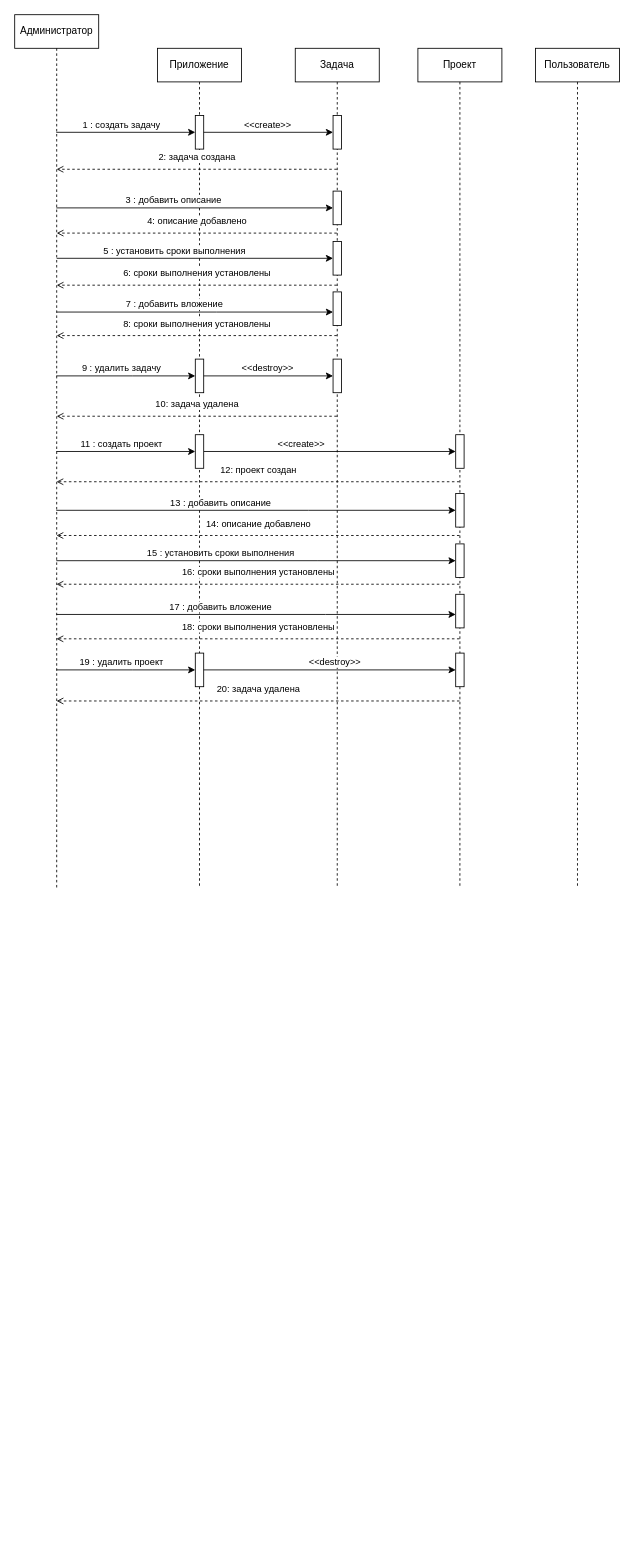
hard-gainer/UML keeps this draw.io diagram as диаграммаПоследовательностиКурс.drawio. Above is the earlier version. Source tidied: cells renumbered, new cells numbered last; positions are measured from the earlier drawing's top-left corner, leaving out a move shared by most shapes. Both pictures are drawn from the tidied source at 84%, with x=0, y=0 at pixel (14, 14).
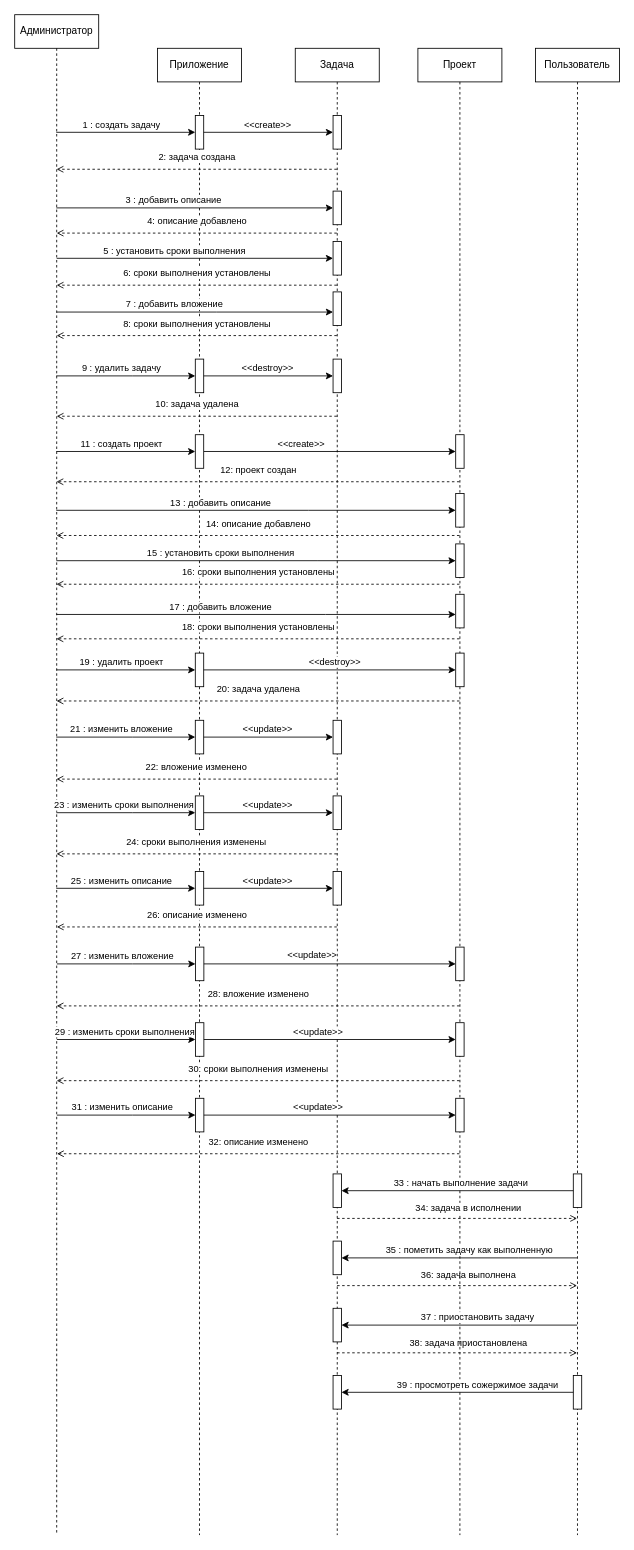
After the change.

What changed in the source:
```diff
@@
     <mxCell id="2" value="Администратор" style="shape=umlLifeline;perimeter=lifelinePerimeter;whiteSpace=wrap;html=1;outlineConnect=0;portConstraint=eastwest;newEdgeStyle={&quot;edgeStyle&quot;:&quot;elbowEdgeStyle&quot;,&quot;elbow&quot;:&quot;vertical&quot;,&quot;curved&quot;:0,&quot;rounded&quot;:0};" parent="1" vertex="1">
-      <mxGeometry width="100" height="1040" as="geometry" />
+      <mxGeometry width="100" height="1810" as="geometry" />
     </mxCell>
     <mxCell id="3" value="Пользователь" style="shape=umlLifeline;perimeter=lifelinePerimeter;whiteSpace=wrap;html=1;outlineConnect=0;portConstraint=eastwest;newEdgeStyle={&quot;edgeStyle&quot;:&quot;elbowEdgeStyle&quot;,&quot;elbow&quot;:&quot;vertical&quot;,&quot;curved&quot;:0,&quot;rounded&quot;:0};" parent="1" vertex="1">
-      <mxGeometry x="620" y="40" width="100" height="1000" as="geometry" />
+      <mxGeometry x="620" y="40" width="100" height="1770" as="geometry" />
     </mxCell>
+    <mxCell id="59" style="html=1;points=[[0,0,0,0,5],[0,1,0,0,-5],[1,0,0,0,5],[1,1,0,0,-5]];perimeter=orthogonalPerimeter;outlineConnect=0;targetShapes=umlLifeline;portConstraint=eastwest;newEdgeStyle={&quot;curved&quot;:0,&quot;rounded&quot;:0};" parent="3" vertex="1">
+      <mxGeometry x="45" y="1340" width="10" height="40" as="geometry" />
+    </mxCell>
+    <mxCell id="60" style="html=1;points=[[0,0,0,0,5],[0,1,0,0,-5],[1,0,0,0,5],[1,1,0,0,-5]];perimeter=orthogonalPerimeter;outlineConnect=0;targetShapes=umlLifeline;portConstraint=eastwest;newEdgeStyle={&quot;curved&quot;:0,&quot;rounded&quot;:0};" parent="3" vertex="1">
+      <mxGeometry x="45" y="1580" width="10" height="40" as="geometry" />
+    </mxCell>
     <mxCell id="4" value="Приложение" style="shape=umlLifeline;perimeter=lifelinePerimeter;whiteSpace=wrap;html=1;newEdgeStyle={&quot;edgeStyle&quot;:&quot;elbowEdgeStyle&quot;,&quot;elbow&quot;:&quot;vertical&quot;,&quot;curved&quot;:0,&quot;rounded&quot;:0};" parent="1" vertex="1">
-      <mxGeometry x="170" y="40" width="100" height="1000" as="geometry" />
+      <mxGeometry x="170" y="40" width="100" height="1770" as="geometry" />
     </mxCell>
@@
+    <mxCell id="61" style="html=1;points=[[0,0,0,0,5],[0,1,0,0,-5],[1,0,0,0,5],[1,1,0,0,-5]];perimeter=orthogonalPerimeter;outlineConnect=0;targetShapes=umlLifeline;portConstraint=eastwest;newEdgeStyle={&quot;curved&quot;:0,&quot;rounded&quot;:0};" parent="4" vertex="1">
+      <mxGeometry x="45" y="800" width="10" height="40" as="geometry" />
+    </mxCell>
+    <mxCell id="62" style="html=1;points=[[0,0,0,0,5],[0,1,0,0,-5],[1,0,0,0,5],[1,1,0,0,-5]];perimeter=orthogonalPerimeter;outlineConnect=0;targetShapes=umlLifeline;portConstraint=eastwest;newEdgeStyle={&quot;curved&quot;:0,&quot;rounded&quot;:0};" parent="4" vertex="1">
+      <mxGeometry x="45" y="890" width="10" height="40" as="geometry" />
+    </mxCell>
+    <mxCell id="63" style="html=1;points=[[0,0,0,0,5],[0,1,0,0,-5],[1,0,0,0,5],[1,1,0,0,-5]];perimeter=orthogonalPerimeter;outlineConnect=0;targetShapes=umlLifeline;portConstraint=eastwest;newEdgeStyle={&quot;curved&quot;:0,&quot;rounded&quot;:0};" parent="4" vertex="1">
+      <mxGeometry x="45" y="980" width="10" height="40" as="geometry" />
+    </mxCell>
+    <mxCell id="64" style="html=1;points=[[0,0,0,0,5],[0,1,0,0,-5],[1,0,0,0,5],[1,1,0,0,-5]];perimeter=orthogonalPerimeter;outlineConnect=0;targetShapes=umlLifeline;portConstraint=eastwest;newEdgeStyle={&quot;curved&quot;:0,&quot;rounded&quot;:0};" parent="4" vertex="1">
+      <mxGeometry x="45.2" y="1070" width="10" height="40" as="geometry" />
+    </mxCell>
+    <mxCell id="65" style="html=1;points=[[0,0,0,0,5],[0,1,0,0,-5],[1,0,0,0,5],[1,1,0,0,-5]];perimeter=orthogonalPerimeter;outlineConnect=0;targetShapes=umlLifeline;portConstraint=eastwest;newEdgeStyle={&quot;curved&quot;:0,&quot;rounded&quot;:0};" parent="4" vertex="1">
+      <mxGeometry x="45.2" y="1160" width="10" height="40" as="geometry" />
+    </mxCell>
+    <mxCell id="66" style="html=1;points=[[0,0,0,0,5],[0,1,0,0,-5],[1,0,0,0,5],[1,1,0,0,-5]];perimeter=orthogonalPerimeter;outlineConnect=0;targetShapes=umlLifeline;portConstraint=eastwest;newEdgeStyle={&quot;curved&quot;:0,&quot;rounded&quot;:0};" parent="4" vertex="1">
+      <mxGeometry x="45.2" y="1250" width="10" height="40" as="geometry" />
+    </mxCell>
+    <mxCell id="67" style="edgeStyle=elbowEdgeStyle;rounded=0;jettySize=auto;html=1;elbow=vertical;curved=0;" parent="4" edge="1" target="64">
+      <mxGeometry relative="1" as="geometry">
+        <mxPoint x="-119.8" y="1090" as="sourcePoint" />
+        <Array as="points">
+          <mxPoint x="-29.8" y="1090" />
+        </Array>
+      </mxGeometry>
+    </mxCell>
+    <mxCell id="68" value="27 : изменить вложение" style="edgeLabel;html=1;align=center;verticalAlign=middle;" parent="67" vertex="1">
+      <mxGeometry x="-0.24" y="1" relative="1" as="geometry">
+        <mxPoint x="14" y="-9" as="offset" />
+      </mxGeometry>
+    </mxCell>
+    <mxCell id="69" value="28: вложение изменено" style="html=1;verticalAlign=bottom;labelBackgroundColor=default;endArrow=open;endFill=0;dashed=1;rounded=0;" parent="4" edge="1" source="33">
+      <mxGeometry y="-5" relative="1" as="geometry">
+        <mxPoint x="-120" y="1140" as="targetPoint" />
+      </mxGeometry>
+    </mxCell>
+    <mxCell id="70" style="edgeStyle=elbowEdgeStyle;rounded=0;jettySize=auto;html=1;elbow=vertical;curved=0;" parent="4" edge="1" target="65">
+      <mxGeometry relative="1" as="geometry">
+        <mxPoint x="-119.8" y="1180" as="sourcePoint" />
+        <Array as="points">
+          <mxPoint x="-29.8" y="1180" />
+        </Array>
+      </mxGeometry>
+    </mxCell>
+    <mxCell id="71" value="29 : изменить сроки выполнения" style="edgeLabel;html=1;align=center;verticalAlign=middle;" parent="70" vertex="1">
+      <mxGeometry x="-0.24" y="1" relative="1" as="geometry">
+        <mxPoint x="17" y="-9" as="offset" />
+      </mxGeometry>
+    </mxCell>
+    <mxCell id="72" value="30: сроки выполнения изменены" style="html=1;verticalAlign=bottom;labelBackgroundColor=default;endArrow=open;endFill=0;dashed=1;rounded=0;" parent="4" edge="1" source="33">
+      <mxGeometry y="-5" relative="1" as="geometry">
+        <mxPoint x="-120" y="1229" as="targetPoint" />
+      </mxGeometry>
+    </mxCell>
+    <mxCell id="73" style="edgeStyle=elbowEdgeStyle;rounded=0;jettySize=auto;html=1;elbow=vertical;curved=0;" parent="4" edge="1" target="66">
+      <mxGeometry relative="1" as="geometry">
+        <mxPoint x="-119.8" y="1270" as="sourcePoint" />
+        <Array as="points">
+          <mxPoint x="-29.8" y="1270" />
+        </Array>
+      </mxGeometry>
+    </mxCell>
+    <mxCell id="74" value="31 : изменить описание" style="edgeLabel;html=1;align=center;verticalAlign=middle;" parent="73" vertex="1">
+      <mxGeometry x="-0.24" y="1" relative="1" as="geometry">
+        <mxPoint x="14" y="-9" as="offset" />
+      </mxGeometry>
+    </mxCell>
+    <mxCell id="75" value="32: описание изменено" style="html=1;verticalAlign=bottom;labelBackgroundColor=default;endArrow=open;endFill=0;dashed=1;rounded=0;" parent="4" edge="1" source="33">
+      <mxGeometry y="-5" relative="1" as="geometry">
+        <mxPoint x="-119.6" y="1316" as="targetPoint" />
+      </mxGeometry>
+    </mxCell>
@@
     <mxCell id="10" value="Задача" style="shape=umlLifeline;perimeter=lifelinePerimeter;whiteSpace=wrap;html=1;newEdgeStyle={&quot;edgeStyle&quot;:&quot;elbowEdgeStyle&quot;,&quot;elbow&quot;:&quot;vertical&quot;,&quot;curved&quot;:0,&quot;rounded&quot;:0};" parent="1" vertex="1">
-      <mxGeometry x="334" y="40" width="100" height="1000" as="geometry" />
+      <mxGeometry x="334" y="40" width="100" height="1770" as="geometry" />
     </mxCell>
@@
+    <mxCell id="76" style="html=1;points=[[0,0,0,0,5],[0,1,0,0,-5],[1,0,0,0,5],[1,1,0,0,-5]];perimeter=orthogonalPerimeter;outlineConnect=0;targetShapes=umlLifeline;portConstraint=eastwest;newEdgeStyle={&quot;curved&quot;:0,&quot;rounded&quot;:0};" parent="10" vertex="1">
+      <mxGeometry x="45" y="800" width="10" height="40" as="geometry" />
+    </mxCell>
+    <mxCell id="77" style="html=1;points=[[0,0,0,0,5],[0,1,0,0,-5],[1,0,0,0,5],[1,1,0,0,-5]];perimeter=orthogonalPerimeter;outlineConnect=0;targetShapes=umlLifeline;portConstraint=eastwest;newEdgeStyle={&quot;curved&quot;:0,&quot;rounded&quot;:0};" parent="10" vertex="1">
+      <mxGeometry x="45" y="890" width="10" height="40" as="geometry" />
+    </mxCell>
+    <mxCell id="78" style="html=1;points=[[0,0,0,0,5],[0,1,0,0,-5],[1,0,0,0,5],[1,1,0,0,-5]];perimeter=orthogonalPerimeter;outlineConnect=0;targetShapes=umlLifeline;portConstraint=eastwest;newEdgeStyle={&quot;curved&quot;:0,&quot;rounded&quot;:0};" parent="10" vertex="1">
+      <mxGeometry x="45" y="980" width="10" height="40" as="geometry" />
+    </mxCell>
+    <mxCell id="79" style="html=1;points=[[0,0,0,0,5],[0,1,0,0,-5],[1,0,0,0,5],[1,1,0,0,-5]];perimeter=orthogonalPerimeter;outlineConnect=0;targetShapes=umlLifeline;portConstraint=eastwest;newEdgeStyle={&quot;curved&quot;:0,&quot;rounded&quot;:0};" parent="10" vertex="1">
+      <mxGeometry x="45" y="1340" width="10" height="40" as="geometry" />
+    </mxCell>
+    <mxCell id="80" style="html=1;points=[[0,0,0,0,5],[0,1,0,0,-5],[1,0,0,0,5],[1,1,0,0,-5]];perimeter=orthogonalPerimeter;outlineConnect=0;targetShapes=umlLifeline;portConstraint=eastwest;newEdgeStyle={&quot;curved&quot;:0,&quot;rounded&quot;:0};" parent="10" vertex="1">
+      <mxGeometry x="45" y="1420" width="10" height="40" as="geometry" />
+    </mxCell>
+    <mxCell id="81" value="36: задача выполнена" style="html=1;verticalAlign=bottom;labelBackgroundColor=default;endArrow=open;endFill=0;dashed=1;rounded=0;" parent="10" edge="1">
+      <mxGeometry x="0.09" y="3" relative="1" as="geometry">
+        <mxPoint x="49.8" y="1473" as="sourcePoint" />
+        <mxPoint x="335.5" y="1473" as="targetPoint" />
+      </mxGeometry>
+    </mxCell>
+    <mxCell id="82" style="html=1;points=[[0,0,0,0,5],[0,1,0,0,-5],[1,0,0,0,5],[1,1,0,0,-5]];perimeter=orthogonalPerimeter;outlineConnect=0;targetShapes=umlLifeline;portConstraint=eastwest;newEdgeStyle={&quot;curved&quot;:0,&quot;rounded&quot;:0};" parent="10" vertex="1">
+      <mxGeometry x="45" y="1500" width="10" height="40" as="geometry" />
+    </mxCell>
+    <mxCell id="83" value="38: задача приостановлена" style="html=1;verticalAlign=bottom;labelBackgroundColor=default;endArrow=open;endFill=0;dashed=1;rounded=0;" parent="10" edge="1">
+      <mxGeometry x="0.09" y="3" relative="1" as="geometry">
+        <mxPoint x="49.8" y="1553" as="sourcePoint" />
+        <mxPoint x="335.5" y="1553" as="targetPoint" />
+      </mxGeometry>
+    </mxCell>
+    <mxCell id="84" style="html=1;points=[[0,0,0,0,5],[0,1,0,0,-5],[1,0,0,0,5],[1,1,0,0,-5]];perimeter=orthogonalPerimeter;outlineConnect=0;targetShapes=umlLifeline;portConstraint=eastwest;newEdgeStyle={&quot;curved&quot;:0,&quot;rounded&quot;:0};" parent="10" vertex="1">
+      <mxGeometry x="45" y="1580" width="10" height="40" as="geometry" />
+    </mxCell>
@@
     <mxCell id="33" value="Проект" style="shape=umlLifeline;perimeter=lifelinePerimeter;whiteSpace=wrap;html=1;outlineConnect=0;portConstraint=eastwest;newEdgeStyle={&quot;edgeStyle&quot;:&quot;elbowEdgeStyle&quot;,&quot;elbow&quot;:&quot;vertical&quot;,&quot;curved&quot;:0,&quot;rounded&quot;:0};" parent="1" vertex="1">
-      <mxGeometry x="480" y="40" width="100" height="1000" as="geometry" />
+      <mxGeometry x="480" y="40" width="100" height="1770" as="geometry" />
     </mxCell>
@@
+    <mxCell id="85" style="html=1;points=[[0,0,0,0,5],[0,1,0,0,-5],[1,0,0,0,5],[1,1,0,0,-5]];perimeter=orthogonalPerimeter;outlineConnect=0;targetShapes=umlLifeline;portConstraint=eastwest;newEdgeStyle={&quot;curved&quot;:0,&quot;rounded&quot;:0};" parent="33" vertex="1">
+      <mxGeometry x="45" y="1070" width="10" height="40" as="geometry" />
+    </mxCell>
+    <mxCell id="86" style="html=1;points=[[0,0,0,0,5],[0,1,0,0,-5],[1,0,0,0,5],[1,1,0,0,-5]];perimeter=orthogonalPerimeter;outlineConnect=0;targetShapes=umlLifeline;portConstraint=eastwest;newEdgeStyle={&quot;curved&quot;:0,&quot;rounded&quot;:0};" parent="33" vertex="1">
+      <mxGeometry x="45" y="1160" width="10" height="40" as="geometry" />
+    </mxCell>
+    <mxCell id="87" style="html=1;points=[[0,0,0,0,5],[0,1,0,0,-5],[1,0,0,0,5],[1,1,0,0,-5]];perimeter=orthogonalPerimeter;outlineConnect=0;targetShapes=umlLifeline;portConstraint=eastwest;newEdgeStyle={&quot;curved&quot;:0,&quot;rounded&quot;:0};" parent="33" vertex="1">
+      <mxGeometry x="45" y="1250" width="10" height="40" as="geometry" />
+    </mxCell>
@@
+    <mxCell id="88" style="edgeStyle=elbowEdgeStyle;rounded=0;jettySize=auto;html=1;elbow=vertical;curved=0;" parent="1" edge="1" source="2" target="61">
+      <mxGeometry relative="1" as="geometry">
+        <Array as="points">
+          <mxPoint x="140" y="860" />
+        </Array>
+      </mxGeometry>
+    </mxCell>
+    <mxCell id="89" value="21 : изменить вложение" style="edgeLabel;html=1;align=center;verticalAlign=middle;" parent="88" vertex="1">
+      <mxGeometry x="-0.24" y="1" relative="1" as="geometry">
+        <mxPoint x="14" y="-9" as="offset" />
+      </mxGeometry>
+    </mxCell>
+    <mxCell id="90" style="edgeStyle=orthogonalEdgeStyle;rounded=0;jettySize=auto;html=1;curved=0;" parent="1" edge="1" source="61" target="76">
+      <mxGeometry relative="1" as="geometry" />
+    </mxCell>
+    <mxCell id="91" value="&amp;lt;&amp;lt;update&amp;gt;&amp;gt;" style="edgeLabel;html=1;align=center;verticalAlign=middle;" parent="1" vertex="1">
+      <mxGeometry x="300" y="850" as="geometry" />
+    </mxCell>
+    <mxCell id="92" value="22: вложение изменено" style="html=1;verticalAlign=bottom;labelBackgroundColor=default;endArrow=open;endFill=0;dashed=1;rounded=0;" parent="1" edge="1">
+      <mxGeometry y="-5" relative="1" as="geometry">
+        <mxPoint x="383.5" y="910" as="sourcePoint" />
+        <mxPoint x="49.8" y="910" as="targetPoint" />
+      </mxGeometry>
+    </mxCell>
+    <mxCell id="93" style="edgeStyle=elbowEdgeStyle;rounded=0;jettySize=auto;html=1;elbow=vertical;curved=0;" parent="1" edge="1" source="2" target="62">
+      <mxGeometry relative="1" as="geometry">
+        <Array as="points">
+          <mxPoint x="140" y="950" />
+        </Array>
+      </mxGeometry>
+    </mxCell>
+    <mxCell id="94" value="23 : изменить сроки выполнения" style="edgeLabel;html=1;align=center;verticalAlign=middle;" parent="93" vertex="1">
+      <mxGeometry x="-0.24" y="1" relative="1" as="geometry">
+        <mxPoint x="17" y="-9" as="offset" />
+      </mxGeometry>
+    </mxCell>
+    <mxCell id="95" style="edgeStyle=orthogonalEdgeStyle;rounded=0;jettySize=auto;html=1;curved=0;" parent="1" edge="1" source="62" target="77">
+      <mxGeometry relative="1" as="geometry" />
+    </mxCell>
+    <mxCell id="96" value="&amp;lt;&amp;lt;update&amp;gt;&amp;gt;" style="edgeLabel;html=1;align=center;verticalAlign=middle;" parent="1" vertex="1">
+      <mxGeometry x="300" y="940" as="geometry" />
+    </mxCell>
+    <mxCell id="97" value="24: сроки выполнения изменены" style="html=1;verticalAlign=bottom;labelBackgroundColor=default;endArrow=open;endFill=0;dashed=1;rounded=0;" parent="1" edge="1">
+      <mxGeometry y="-5" relative="1" as="geometry">
+        <mxPoint x="383.5" y="999" as="sourcePoint" />
+        <mxPoint x="49.8" y="999" as="targetPoint" />
+      </mxGeometry>
+    </mxCell>
+    <mxCell id="98" style="edgeStyle=elbowEdgeStyle;rounded=0;jettySize=auto;html=1;elbow=vertical;curved=0;" parent="1" edge="1" source="2" target="63">
+      <mxGeometry relative="1" as="geometry">
+        <Array as="points">
+          <mxPoint x="140" y="1040" />
+        </Array>
+      </mxGeometry>
+    </mxCell>
+    <mxCell id="99" value="25 : изменить описание" style="edgeLabel;html=1;align=center;verticalAlign=middle;" parent="98" vertex="1">
+      <mxGeometry x="-0.24" y="1" relative="1" as="geometry">
+        <mxPoint x="14" y="-9" as="offset" />
+      </mxGeometry>
+    </mxCell>
+    <mxCell id="100" style="edgeStyle=orthogonalEdgeStyle;rounded=0;jettySize=auto;html=1;curved=0;" parent="1" edge="1" source="63" target="78">
+      <mxGeometry relative="1" as="geometry" />
+    </mxCell>
+    <mxCell id="101" value="&amp;lt;&amp;lt;update&amp;gt;&amp;gt;" style="edgeLabel;html=1;align=center;verticalAlign=middle;" parent="1" vertex="1">
+      <mxGeometry x="300" y="1030" as="geometry" />
+    </mxCell>
+    <mxCell id="102" value="26: описание изменено" style="html=1;verticalAlign=bottom;labelBackgroundColor=default;endArrow=open;endFill=0;dashed=1;rounded=0;" parent="1" edge="1">
+      <mxGeometry y="-5" relative="1" as="geometry">
+        <mxPoint x="383.5" y="1086" as="sourcePoint" />
+        <mxPoint x="50.2" y="1086" as="targetPoint" />
+      </mxGeometry>
+    </mxCell>
+    <mxCell id="103" style="edgeStyle=orthogonalEdgeStyle;rounded=0;jettySize=auto;html=1;curved=0;" parent="1" edge="1" source="64" target="85">
+      <mxGeometry relative="1" as="geometry" />
+    </mxCell>
+    <mxCell id="104" style="edgeStyle=orthogonalEdgeStyle;rounded=0;jettySize=auto;html=1;curved=0;" parent="1" edge="1" source="65" target="86">
+      <mxGeometry relative="1" as="geometry" />
+    </mxCell>
+    <mxCell id="105" style="edgeStyle=orthogonalEdgeStyle;rounded=0;jettySize=auto;html=1;curved=0;" parent="1" edge="1" source="66" target="87">
+      <mxGeometry relative="1" as="geometry" />
+    </mxCell>
+    <mxCell id="106" value="&amp;lt;&amp;lt;update&amp;gt;&amp;gt;" style="edgeLabel;html=1;align=center;verticalAlign=middle;" parent="1" vertex="1">
+      <mxGeometry x="310" y="1040" as="geometry">
+        <mxPoint x="43" y="78" as="offset" />
+      </mxGeometry>
+    </mxCell>
+    <mxCell id="107" value="&amp;lt;&amp;lt;update&amp;gt;&amp;gt;" style="edgeLabel;html=1;align=center;verticalAlign=middle;" parent="1" vertex="1">
+      <mxGeometry x="360" y="1210" as="geometry" />
+    </mxCell>
+    <mxCell id="108" value="&amp;lt;&amp;lt;update&amp;gt;&amp;gt;" style="edgeLabel;html=1;align=center;verticalAlign=middle;" parent="1" vertex="1">
+      <mxGeometry x="360" y="1300" as="geometry" />
+    </mxCell>
+    <mxCell id="109" style="edgeStyle=orthogonalEdgeStyle;rounded=0;jettySize=auto;html=1;curved=0;" parent="1" edge="1" source="59" target="79">
+      <mxGeometry relative="1" as="geometry" />
+    </mxCell>
+    <mxCell id="110" value="33 : начать выполнение задачи" style="edgeLabel;html=1;align=center;verticalAlign=middle;" parent="1" vertex="1">
+      <mxGeometry x="530" y="1390" as="geometry" />
+    </mxCell>
+    <mxCell id="111" value="34: задача в исполнении" style="html=1;verticalAlign=bottom;labelBackgroundColor=default;endArrow=open;endFill=0;dashed=1;rounded=0;" parent="1" edge="1">
+      <mxGeometry x="0.09" y="3" relative="1" as="geometry">
+        <mxPoint x="383.8" y="1433" as="sourcePoint" />
+        <mxPoint x="669.5" y="1433" as="targetPoint" />
+      </mxGeometry>
+    </mxCell>
+    <mxCell id="112" style="edgeStyle=orthogonalEdgeStyle;rounded=0;jettySize=auto;html=1;curved=0;" parent="1" edge="1" source="3" target="80">
+      <mxGeometry relative="1" as="geometry">
+        <Array as="points">
+          <mxPoint x="600" y="1480" />
+          <mxPoint x="600" y="1480" />
+        </Array>
+      </mxGeometry>
+    </mxCell>
+    <mxCell id="113" style="edgeStyle=orthogonalEdgeStyle;rounded=0;jettySize=auto;html=1;curved=0;" parent="1" edge="1" source="3" target="82">
+      <mxGeometry relative="1" as="geometry">
+        <Array as="points">
+          <mxPoint x="590" y="1560" />
+          <mxPoint x="590" y="1560" />
+        </Array>
+      </mxGeometry>
+    </mxCell>
+    <mxCell id="114" value="35 : пометить задачу как выполненную" style="edgeLabel;html=1;align=center;verticalAlign=middle;" parent="1" vertex="1">
+      <mxGeometry x="540" y="1470" as="geometry" />
+    </mxCell>
+    <mxCell id="115" value="37 : приостановить задачу" style="edgeLabel;html=1;align=center;verticalAlign=middle;" parent="1" vertex="1">
+      <mxGeometry x="550" y="1550" as="geometry" />
+    </mxCell>
+    <mxCell id="116" style="edgeStyle=orthogonalEdgeStyle;rounded=0;jettySize=auto;html=1;curved=0;" parent="1" edge="1" source="60" target="84">
+      <mxGeometry relative="1" as="geometry" />
+    </mxCell>
+    <mxCell id="117" value="39 : просмотреть сожержимое задачи" style="edgeLabel;html=1;align=center;verticalAlign=middle;" parent="1" vertex="1">
+      <mxGeometry x="550" y="1630" as="geometry" />
+    </mxCell>
```
